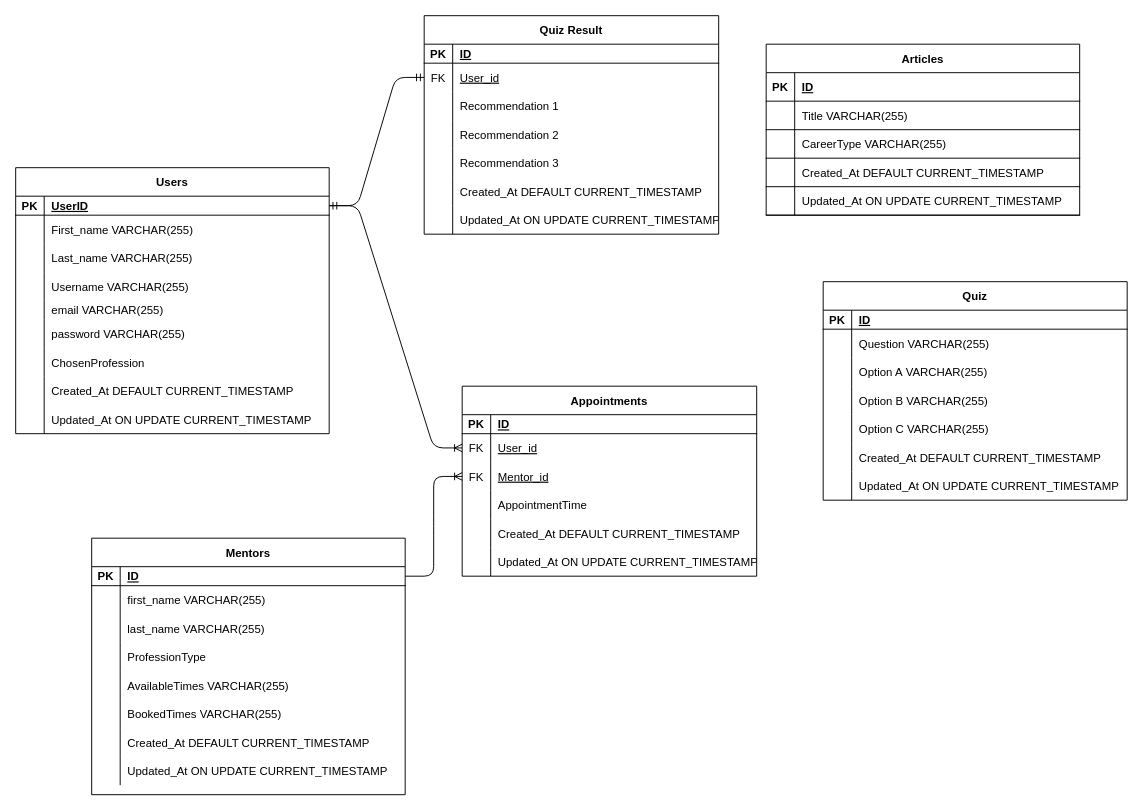
The draw.io diagram DevResources/ERD.drawio in zacharypantalone/projectjjz, before the edit. Source tidied: cells renumbered, new cells numbered last; positions are measured from the earlier drawing's top-left corner, leaving out a move shared by most shapes. Both pictures are drawn from the tidied source at 95%, with x=0, y=0 at pixel (15, 15).
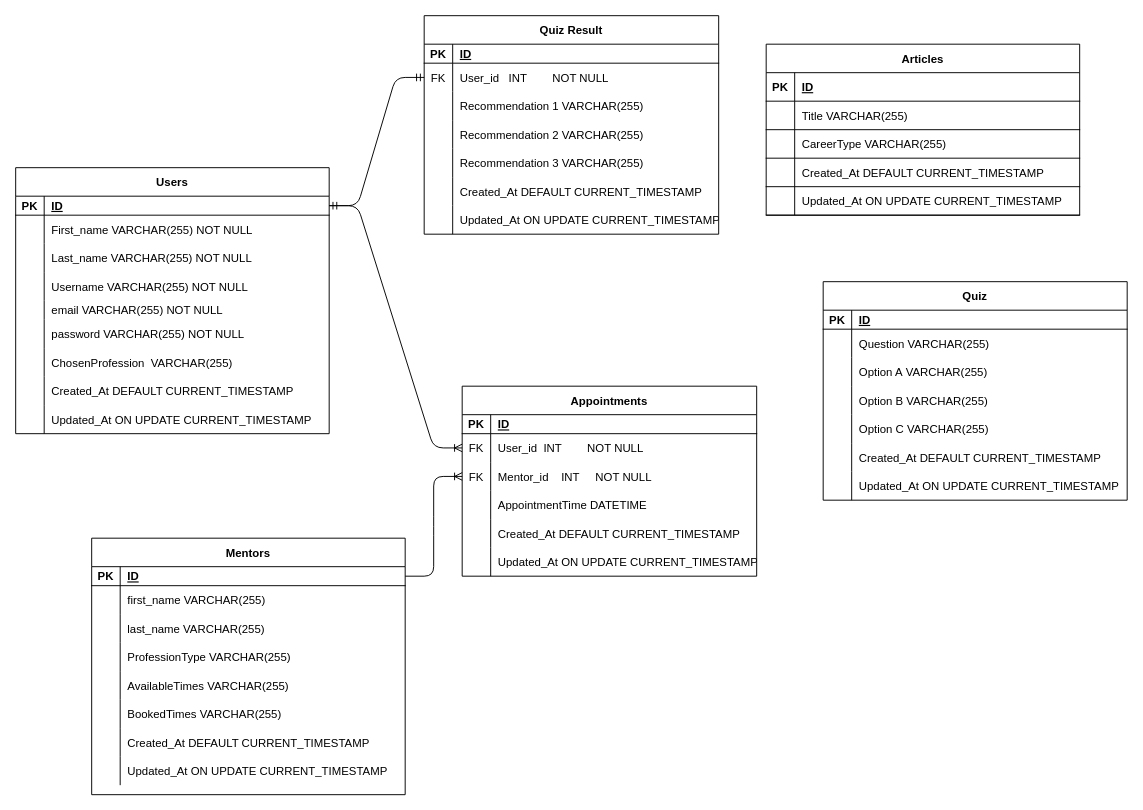
After the change.

Commit message:
ERD 2nd draft

The change refers to these unchanged cells:
```xml
<mxCell id="44" style="shape=partialRectangle;fillColor=none;top=0;left=0;bottom=0;right=0;points=[[0,0.5],[1,0.5]];portConstraint=eastwest;" parent="40" vertex="1">
  <mxGeometry y="50" width="310" height="30" as="geometry" />
</mxCell>
<mxCell id="47" style="shape=partialRectangle;fillColor=none;top=0;left=0;bottom=0;right=0;points=[[0,0.5],[1,0.5]];portConstraint=eastwest;" parent="40" vertex="1">
  <mxGeometry y="80" width="310" height="30" as="geometry" />
</mxCell>
<mxCell id="50" style="shape=partialRectangle;fillColor=none;top=0;left=0;bottom=0;right=0;" parent="40" vertex="1">
  <mxGeometry y="110" width="310" height="30" as="geometry" />
</mxCell>
<mxCell id="69" style="shape=partialRectangle;fillColor=none;top=0;left=0;bottom=0;right=0;" parent="59" vertex="1">
  <mxGeometry y="110" width="330" height="30" as="geometry" />
</mxCell>
<mxCell id="85" style="shape=partialRectangle;fillColor=none;top=0;left=0;bottom=1;right=0;points=[[0,0.5],[1,0.5]];portConstraint=eastwest;" parent="84" vertex="1">
  <mxGeometry y="30" width="330" height="20" as="geometry" />
</mxCell>
<mxCell id="88" style="shape=partialRectangle;fillColor=none;top=0;left=0;bottom=0;right=0;" parent="84" vertex="1">
  <mxGeometry y="50" width="330" height="30" as="geometry" />
</mxCell>
<mxCell id="91" style="shape=partialRectangle;fillColor=none;top=0;left=0;bottom=0;right=0;" parent="84" vertex="1">
  <mxGeometry y="80" width="330" height="30" as="geometry" />
</mxCell>
<mxCell id="94" style="shape=partialRectangle;fillColor=none;top=0;left=0;bottom=0;right=0;" parent="84" vertex="1">
  <mxGeometry y="110" width="330" height="30" as="geometry" />
</mxCell>
<mxCell id="97" style="shape=partialRectangle;fillColor=none;top=0;left=0;bottom=0;right=0;" parent="84" vertex="1">
  <mxGeometry y="140" width="330" height="20" as="geometry" />
</mxCell>
<mxCell id="100" style="shape=partialRectangle;fillColor=none;top=0;left=0;bottom=0;right=0;" parent="84" vertex="1">
  <mxGeometry y="160" width="330" height="30" as="geometry" />
</mxCell>
<mxCell id="103" style="shape=partialRectangle;fillColor=none;top=0;left=0;bottom=0;right=0;" parent="84" vertex="1">
  <mxGeometry y="190" width="330" height="30" as="geometry" />
</mxCell>
<mxCell id="116" style="shape=partialRectangle;fillColor=none;top=0;left=0;bottom=0;right=0;points=[[0,0.5],[1,0.5]];portConstraint=eastwest;" parent="112" vertex="1">
  <mxGeometry y="50" width="310" height="30" as="geometry" />
</mxCell>
<mxCell id="119" style="shape=partialRectangle;fillColor=none;top=0;left=0;bottom=0;right=0;" parent="112" vertex="1">
  <mxGeometry y="80" width="310" height="30" as="geometry" />
</mxCell>
<mxCell id="122" style="shape=partialRectangle;fillColor=none;top=0;left=0;bottom=0;right=0;" parent="112" vertex="1">
  <mxGeometry y="110" width="310" height="30" as="geometry" />
</mxCell>
<mxCell id="125" style="shape=partialRectangle;fillColor=none;top=0;left=0;bottom=0;right=0;" parent="112" vertex="1">
  <mxGeometry y="140" width="310" height="30" as="geometry" />
</mxCell>
```

Diff of the diagram source:
```diff
@@
-    <mxCell id="46" value="User_id" style="shape=partialRectangle;fillColor=none;top=0;left=0;bottom=0;right=0;align=left;spacingLeft=6;overflow=hidden;fontStyle=4;" parent="44" vertex="1">
+    <mxCell id="46" value="User_id  INT        NOT NULL " style="shape=partialRectangle;fillColor=none;top=0;left=0;bottom=0;right=0;align=left;spacingLeft=6;overflow=hidden;fontStyle=0;" parent="44" vertex="1">
       <mxGeometry x="30" width="280" height="30" as="geometry" />
     </mxCell>
@@
-    <mxCell id="49" value="Mentor_id" style="shape=partialRectangle;fillColor=none;top=0;left=0;bottom=0;right=0;align=left;spacingLeft=6;overflow=hidden;fontStyle=4;" parent="47" vertex="1">
+    <mxCell id="49" value="Mentor_id    INT     NOT NULL" style="shape=partialRectangle;fillColor=none;top=0;left=0;bottom=0;right=0;align=left;spacingLeft=6;overflow=hidden;fontStyle=0;" parent="47" vertex="1">
       <mxGeometry x="30" width="280" height="30" as="geometry" />
     </mxCell>
@@
-    <mxCell id="52" value="AppointmentTime" style="shape=partialRectangle;fillColor=none;top=0;left=0;bottom=0;right=0;align=left;spacingLeft=6;overflow=hidden;fontStyle=0;" parent="50" vertex="1">
+    <mxCell id="52" value="AppointmentTime DATETIME" style="shape=partialRectangle;fillColor=none;top=0;left=0;bottom=0;right=0;align=left;spacingLeft=6;overflow=hidden;fontStyle=0;" parent="50" vertex="1">
       <mxGeometry x="30" width="280" height="30" as="geometry" />
     </mxCell>
@@
-    <mxCell id="71" value="ProfessionType" style="shape=partialRectangle;fillColor=none;top=0;left=0;bottom=0;right=0;align=left;spacingLeft=6;overflow=hidden;" parent="69" vertex="1">
+    <mxCell id="71" value="ProfessionType VARCHAR(255)" style="shape=partialRectangle;fillColor=none;top=0;left=0;bottom=0;right=0;align=left;spacingLeft=6;overflow=hidden;" parent="69" vertex="1">
       <mxGeometry x="30" width="300" height="30" as="geometry" />
     </mxCell>
@@
-    <mxCell id="87" value="UserID" style="shape=partialRectangle;fillColor=none;top=0;left=0;bottom=0;right=0;align=left;spacingLeft=6;fontStyle=5;overflow=hidden;" parent="85" vertex="1">
+    <mxCell id="87" value="ID" style="shape=partialRectangle;fillColor=none;top=0;left=0;bottom=0;right=0;align=left;spacingLeft=6;fontStyle=5;overflow=hidden;" parent="85" vertex="1">
       <mxGeometry x="30" width="300" height="20" as="geometry" />
     </mxCell>
@@
-    <mxCell id="90" value="First_name VARCHAR(255)" style="shape=partialRectangle;fillColor=none;top=0;left=0;bottom=0;right=0;align=left;spacingLeft=6;overflow=hidden;" parent="88" vertex="1">
+    <mxCell id="90" value="First_name VARCHAR(255) NOT NULL" style="shape=partialRectangle;fillColor=none;top=0;left=0;bottom=0;right=0;align=left;spacingLeft=6;overflow=hidden;" parent="88" vertex="1">
       <mxGeometry x="30" width="300" height="30" as="geometry" />
     </mxCell>
@@
-    <mxCell id="93" value="Last_name VARCHAR(255)" style="shape=partialRectangle;fillColor=none;top=0;left=0;bottom=0;right=0;align=left;spacingLeft=6;overflow=hidden;" parent="91" vertex="1">
+    <mxCell id="93" value="Last_name VARCHAR(255) NOT NULL" style="shape=partialRectangle;fillColor=none;top=0;left=0;bottom=0;right=0;align=left;spacingLeft=6;overflow=hidden;" parent="91" vertex="1">
       <mxGeometry x="30" width="300" height="30" as="geometry" />
     </mxCell>
@@
-    <mxCell id="96" value="Username VARCHAR(255)" style="shape=partialRectangle;fillColor=none;top=0;left=0;bottom=0;right=0;align=left;spacingLeft=6;overflow=hidden;" parent="94" vertex="1">
+    <mxCell id="96" value="Username VARCHAR(255) NOT NULL" style="shape=partialRectangle;fillColor=none;top=0;left=0;bottom=0;right=0;align=left;spacingLeft=6;overflow=hidden;" parent="94" vertex="1">
       <mxGeometry x="30" width="300" height="30" as="geometry" />
     </mxCell>
@@
-    <mxCell id="99" value="email VARCHAR(255)" style="shape=partialRectangle;fillColor=none;top=0;left=0;bottom=0;right=0;align=left;spacingLeft=6;overflow=hidden;" parent="97" vertex="1">
+    <mxCell id="99" value="email VARCHAR(255) NOT NULL" style="shape=partialRectangle;fillColor=none;top=0;left=0;bottom=0;right=0;align=left;spacingLeft=6;overflow=hidden;" parent="97" vertex="1">
       <mxGeometry x="30" width="300" height="20" as="geometry" />
     </mxCell>
@@
-    <mxCell id="102" value="password VARCHAR(255)" style="shape=partialRectangle;fillColor=none;top=0;left=0;bottom=0;right=0;align=left;spacingLeft=6;overflow=hidden;" parent="100" vertex="1">
+    <mxCell id="102" value="password VARCHAR(255) NOT NULL" style="shape=partialRectangle;fillColor=none;top=0;left=0;bottom=0;right=0;align=left;spacingLeft=6;overflow=hidden;" parent="100" vertex="1">
       <mxGeometry x="30" width="300" height="30" as="geometry" />
     </mxCell>
@@
-    <mxCell id="105" value="ChosenProfession" style="shape=partialRectangle;fillColor=none;top=0;left=0;bottom=0;right=0;align=left;spacingLeft=6;overflow=hidden;" parent="103" vertex="1">
+    <mxCell id="105" value="ChosenProfession  VARCHAR(255)" style="shape=partialRectangle;fillColor=none;top=0;left=0;bottom=0;right=0;align=left;spacingLeft=6;overflow=hidden;" parent="103" vertex="1">
       <mxGeometry x="30" width="300" height="30" as="geometry" />
     </mxCell>
@@
-    <mxCell id="118" value="User_id" style="shape=partialRectangle;fillColor=none;top=0;left=0;bottom=0;right=0;align=left;spacingLeft=6;overflow=hidden;fontStyle=4;" parent="116" vertex="1">
+    <mxCell id="118" value="User_id   INT        NOT NULL" style="shape=partialRectangle;fillColor=none;top=0;left=0;bottom=0;right=0;align=left;spacingLeft=6;overflow=hidden;fontStyle=0;" parent="116" vertex="1">
       <mxGeometry x="30" width="280" height="30" as="geometry" />
     </mxCell>
@@
-    <mxCell id="121" value="Recommendation 1" style="shape=partialRectangle;fillColor=none;top=0;left=0;bottom=0;right=0;align=left;spacingLeft=6;overflow=hidden;fontStyle=0;" parent="119" vertex="1">
+    <mxCell id="121" value="Recommendation 1 VARCHAR(255)" style="shape=partialRectangle;fillColor=none;top=0;left=0;bottom=0;right=0;align=left;spacingLeft=6;overflow=hidden;fontStyle=0;" parent="119" vertex="1">
       <mxGeometry x="30" width="280" height="30" as="geometry" />
     </mxCell>
@@
-    <mxCell id="124" value="Recommendation 2" style="shape=partialRectangle;fillColor=none;top=0;left=0;bottom=0;right=0;align=left;spacingLeft=6;overflow=hidden;fontStyle=0;" parent="122" vertex="1">
+    <mxCell id="124" value="Recommendation 2 VARCHAR(255)" style="shape=partialRectangle;fillColor=none;top=0;left=0;bottom=0;right=0;align=left;spacingLeft=6;overflow=hidden;fontStyle=0;" parent="122" vertex="1">
       <mxGeometry x="30" width="280" height="30" as="geometry" />
     </mxCell>
@@
-    <mxCell id="127" value="Recommendation 3" style="shape=partialRectangle;fillColor=none;top=0;left=0;bottom=0;right=0;align=left;spacingLeft=6;overflow=hidden;fontStyle=0;" parent="125" vertex="1">
+    <mxCell id="127" value="Recommendation 3 VARCHAR(255)" style="shape=partialRectangle;fillColor=none;top=0;left=0;bottom=0;right=0;align=left;spacingLeft=6;overflow=hidden;fontStyle=0;" parent="125" vertex="1">
       <mxGeometry x="30" width="280" height="30" as="geometry" />
     </mxCell>
```
